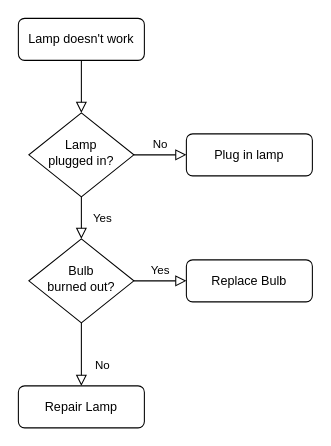
MJKOOTHEFIRST/local1 keeps this draw.io diagram as 제목 없는 다이어그램.drawio. Above is the earlier version. Source tidied: cells renumbered, new cells numbered last; positions are measured from the earlier drawing's top-left corner, leaving out a move shared by most shapes. Both pictures are drawn from the tidied source at 105%, with x=0, y=0 at pixel (18, 18).
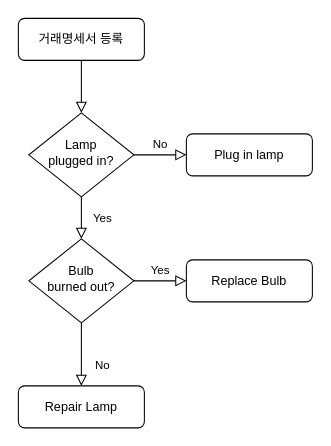
After the change.

Commit message:
거래명세서 플로우차트

Change to the diagram source:
```diff
@@
 <mxGraphModel>
   <root>
     <mxCell id="0" />
     <mxCell id="1" parent="0" />
     <mxCell id="2" style="rounded=0;html=1;jettySize=auto;fontSize=11;endArrow=block;endFill=0;endSize=8;strokeWidth=1;shadow=0;labelBackgroundColor=none;edgeStyle=orthogonalEdgeStyle;" parent="1" edge="1" source="3" target="6">
       <mxGeometry relative="1" as="geometry" />
     </mxCell>
-    <mxCell id="3" value="Lamp doesn't work" style="rounded=1;whiteSpace=wrap;html=1;fontSize=12;glass=0;strokeWidth=1;shadow=0;" parent="1" vertex="1">
+    <mxCell id="3" value="거래명세서 등록" style="rounded=1;whiteSpace=wrap;html=1;fontSize=12;glass=0;strokeWidth=1;shadow=0;" parent="1" vertex="1">
       <mxGeometry width="120" height="40" as="geometry" />
     </mxCell>
     <mxCell id="4" value="Yes" style="rounded=0;html=1;jettySize=auto;fontSize=11;endArrow=block;endFill=0;endSize=8;strokeWidth=1;shadow=0;labelBackgroundColor=none;edgeStyle=orthogonalEdgeStyle;" parent="1" edge="1" source="6" target="10">
       <mxGeometry y="20" relative="1" as="geometry" />
     </mxCell>
     <mxCell id="5" value="No" style="edgeStyle=orthogonalEdgeStyle;rounded=0;html=1;jettySize=auto;fontSize=11;endArrow=block;endFill=0;endSize=8;strokeWidth=1;shadow=0;labelBackgroundColor=none;" parent="1" edge="1" source="6" target="7">
       <mxGeometry y="10" relative="1" as="geometry" />
     </mxCell>
     <mxCell id="6" value="Lamp&lt;br&gt;plugged in?" style="rhombus;whiteSpace=wrap;html=1;shadow=0;fontFamily=Helvetica;fontSize=12;align=center;strokeWidth=1;spacing=6;spacingTop=-4;" parent="1" vertex="1">
       <mxGeometry x="10" y="90" width="100" height="80" as="geometry" />
     </mxCell>
     <mxCell id="7" value="Plug in lamp" style="rounded=1;whiteSpace=wrap;html=1;fontSize=12;glass=0;strokeWidth=1;shadow=0;" parent="1" vertex="1">
       <mxGeometry x="160" y="110" width="120" height="40" as="geometry" />
     </mxCell>
     <mxCell id="8" value="No" style="rounded=0;html=1;jettySize=auto;fontSize=11;endArrow=block;endFill=0;endSize=8;strokeWidth=1;shadow=0;labelBackgroundColor=none;edgeStyle=orthogonalEdgeStyle;" parent="1" edge="1" source="10" target="11">
       <mxGeometry x="0.33" y="20" relative="1" as="geometry" />
     </mxCell>
     <mxCell id="9" value="Yes" style="edgeStyle=orthogonalEdgeStyle;rounded=0;html=1;jettySize=auto;fontSize=11;endArrow=block;endFill=0;endSize=8;strokeWidth=1;shadow=0;labelBackgroundColor=none;" parent="1" edge="1" source="10" target="12">
       <mxGeometry y="10" relative="1" as="geometry" />
     </mxCell>
     <mxCell id="10" value="Bulb&lt;br&gt;burned out?" style="rhombus;whiteSpace=wrap;html=1;shadow=0;fontFamily=Helvetica;fontSize=12;align=center;strokeWidth=1;spacing=6;spacingTop=-4;" parent="1" vertex="1">
       <mxGeometry x="10" y="210" width="100" height="80" as="geometry" />
     </mxCell>
     <mxCell id="11" value="Repair Lamp" style="rounded=1;whiteSpace=wrap;html=1;fontSize=12;glass=0;strokeWidth=1;shadow=0;" parent="1" vertex="1">
       <mxGeometry y="350" width="120" height="40" as="geometry" />
     </mxCell>
     <mxCell id="12" value="Replace Bulb" style="rounded=1;whiteSpace=wrap;html=1;fontSize=12;glass=0;strokeWidth=1;shadow=0;" parent="1" vertex="1">
       <mxGeometry x="160" y="230" width="120" height="40" as="geometry" />
     </mxCell>
   </root>
 </mxGraphModel>
```
